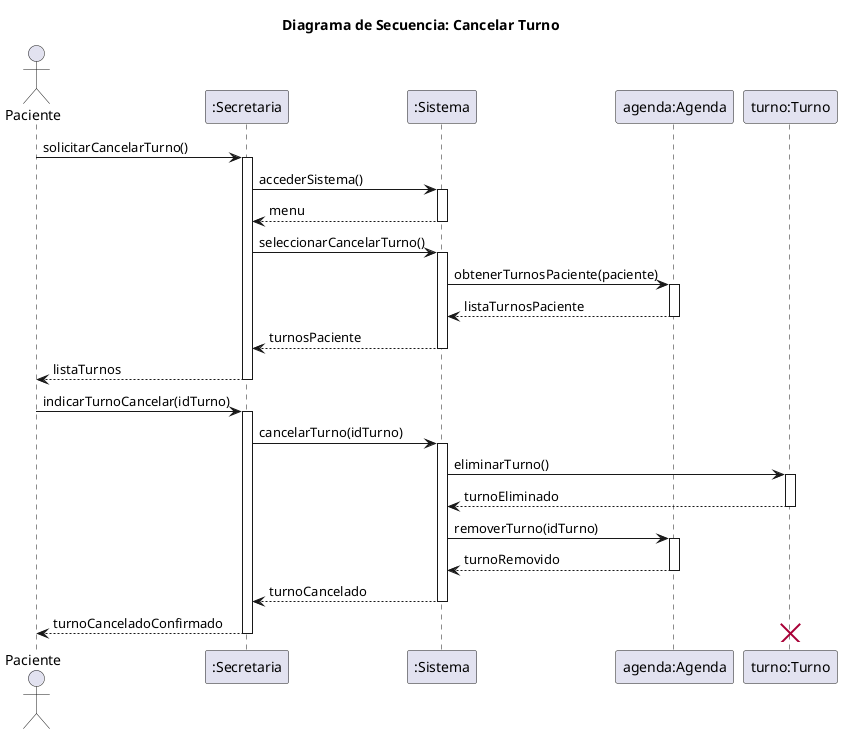
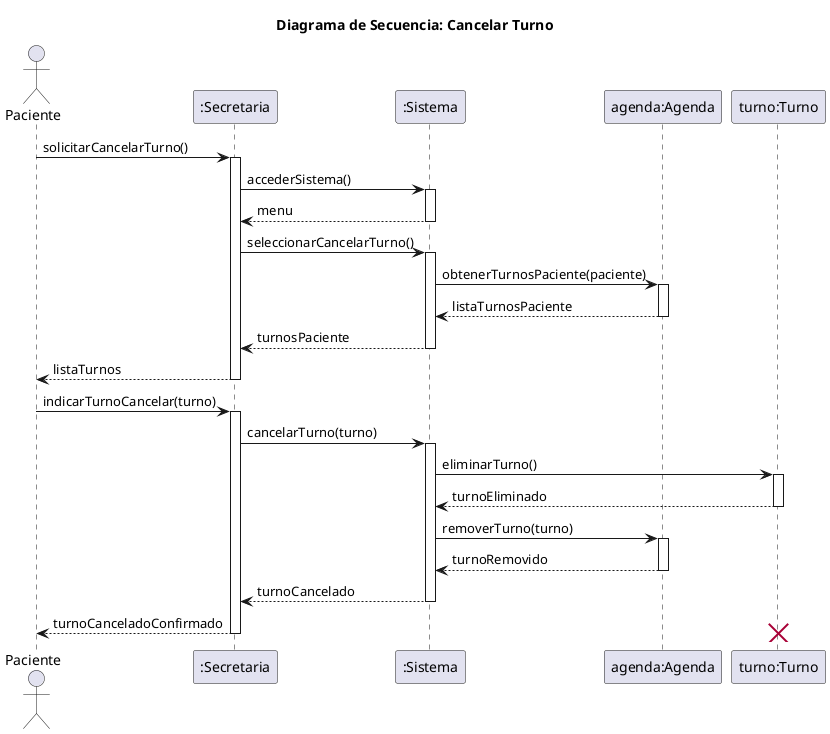
@startuml
title Diagrama de Secuencia: Cancelar Turno

actor Paciente
participant ":Secretaria" as secretaria
participant ":Sistema" as sistema
participant "agenda:Agenda" as agenda
participant "turno:Turno" as turno

Paciente -> secretaria: solicitarCancelarTurno()
activate secretaria
secretaria -> sistema: accederSistema()
activate sistema
sistema --> secretaria: menu
deactivate sistema
secretaria -> sistema: seleccionarCancelarTurno()
activate sistema
sistema -> agenda: obtenerTurnosPaciente(paciente)
activate agenda
agenda --> sistema: listaTurnosPaciente
deactivate agenda
sistema --> secretaria: turnosPaciente
deactivate sistema
secretaria --> Paciente: listaTurnos
deactivate secretaria

- Paciente -> secretaria: indicarTurnoCancelar(idTurno)
+ Paciente -> secretaria: indicarTurnoCancelar(turno)
activate secretaria
- secretaria -> sistema: cancelarTurno(idTurno)
+ secretaria -> sistema: cancelarTurno(turno)
activate sistema
sistema -> turno: eliminarTurno()
activate turno
turno --> sistema: turnoEliminado
deactivate turno
- sistema -> agenda: removerTurno(idTurno)
+ sistema -> agenda: removerTurno(turno)
activate agenda
agenda --> sistema: turnoRemovido
deactivate agenda
sistema --> secretaria: turnoCancelado
deactivate sistema
secretaria --> Paciente: turnoCanceladoConfirmado
deactivate secretaria

destroy turno
@enduml